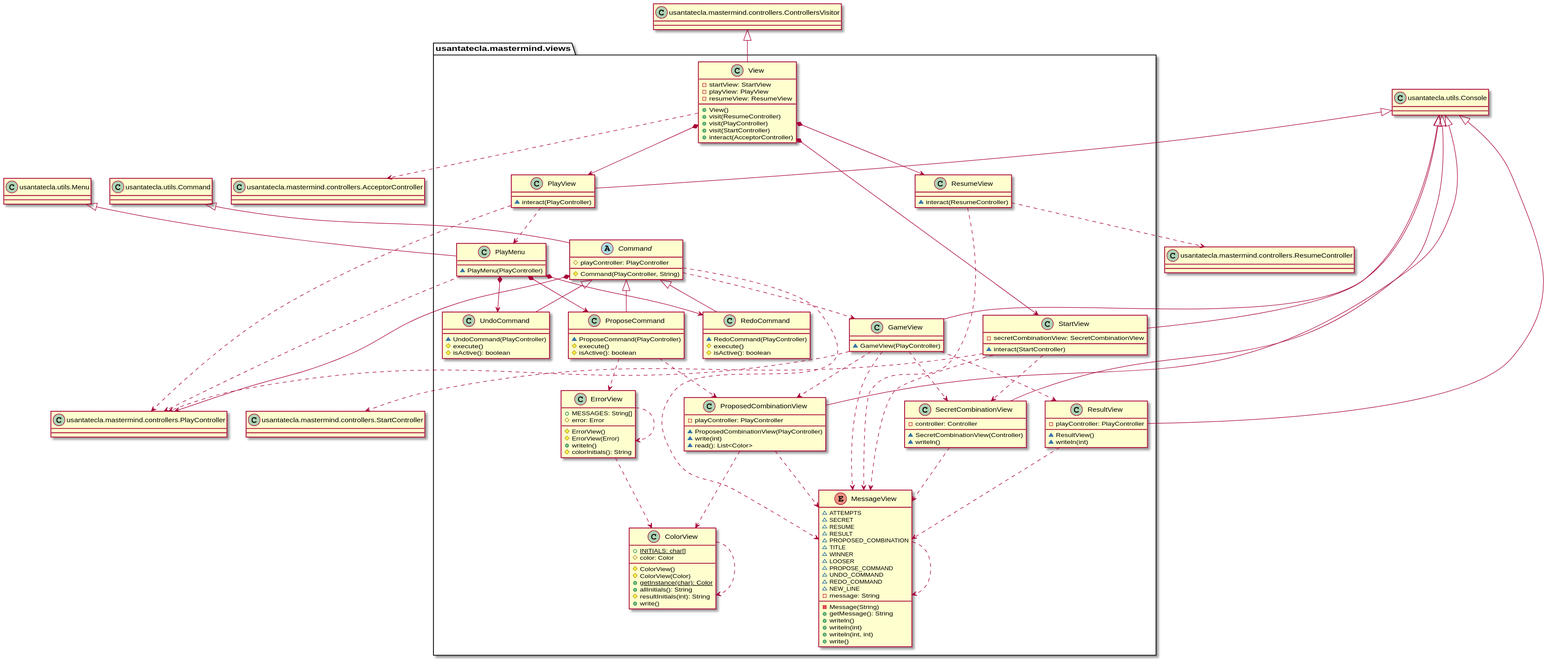
Before: modelViewPresenter/presentationModel/withComposite/docs/diagrams/out/paquetes/usantatecla.mastermind.views.svg, a diagram exported from PlantUML (SantaTecla-mastermind/solution.java.swing.socket.sql).
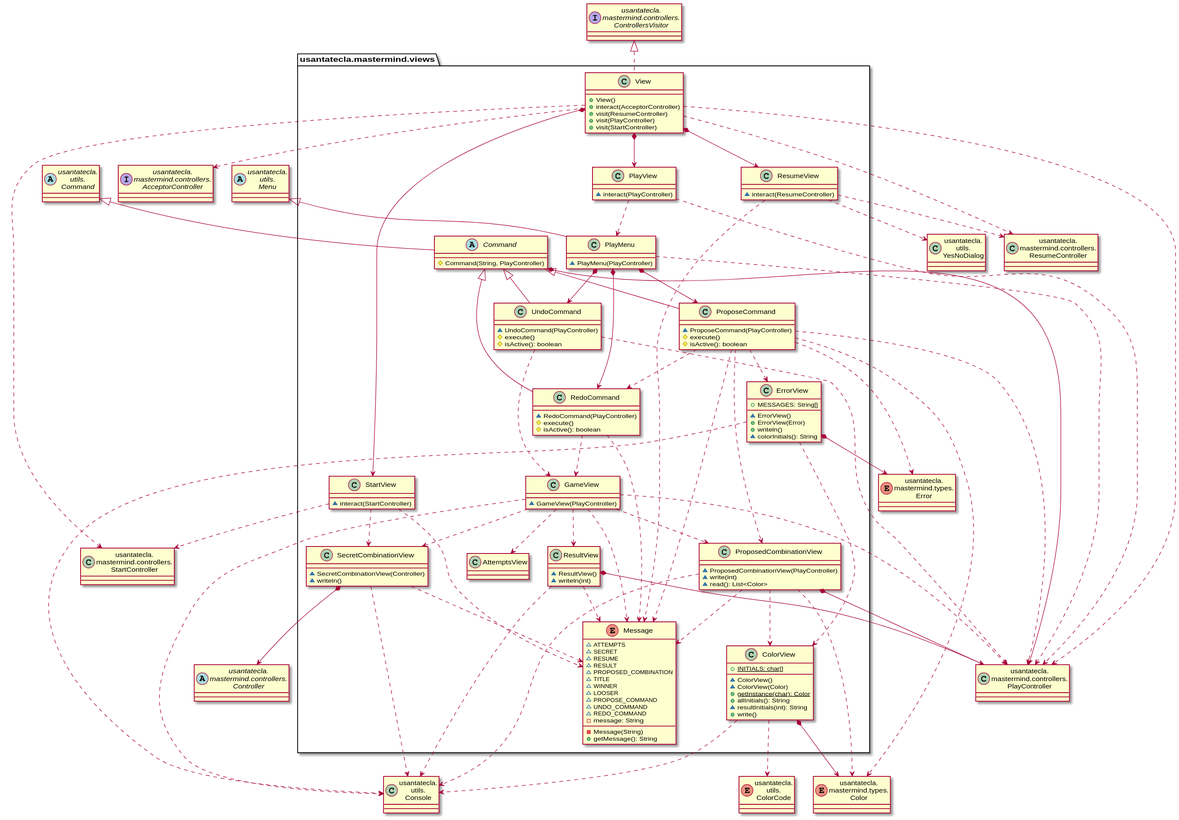
The same file after the commit.

The edit, as a diff of the source:
```diff
@@ -1,195 +1,177 @@
 @startuml
-class PlayController as "usantatecla.mastermind.controllers.PlayController" {
-
-
-}
-class ResumeController as "usantatecla.mastermind.controllers.ResumeController" {
-
-
-}
-class StartController as "usantatecla.mastermind.controllers.StartController" {
-
-
-}
-class ControllersVisitor as "usantatecla.mastermind.controllers.ControllersVisitor" {
-
-
-}
-class AcceptorController as "usantatecla.mastermind.controllers.AcceptorController" {
-
-
-}
-class Console as "usantatecla.utils.Console" {
-
-
-}
-class Command as "usantatecla.utils.Command" {
-
-
-}
-class Menu as "usantatecla.utils.Menu" {
-
-
-}
+abstract class Controller as "usantatecla.\nmastermind.controllers.\nController"
+class PlayController as "usantatecla.\nmastermind.controllers.\nPlayController"
+class ResumeController as "usantatecla.\nmastermind.controllers.\nResumeController"
+class StartController as "usantatecla.\nmastermind.controllers.\nStartController"
+interface ControllersVisitor as "usantatecla.\nmastermind.controllers.\nControllersVisitor"
+interface AcceptorController as "usantatecla.\nmastermind.controllers.\nAcceptorController"
+enum Color as "usantatecla.\nmastermind.types.\nColor"
+enum Error as "usantatecla.\nmastermind.types.\nError"
+class Console as "usantatecla.\nutils.\nConsole"
+class YesNoDialog as "usantatecla.\nutils.\nYesNoDialog"
+abstract class Command as "usantatecla.\nutils.\nCommand"
+abstract class Menu as "usantatecla.\nutils.\nMenu"
+enum ColorCode as "usantatecla.\nutils.\nColorCode"
 
 class  usantatecla.mastermind.views.ColorView{
-+ {static} INITIALS: char[]
-# color: Color
-# ColorView()
-# ColorView(Color)
-+ {static} getInstance(char): Color
-+ allInitials(): String
-# resultInitials(int): String
-+ write()
+    + {static} INITIALS: char[]
+    ~ ColorView()
+    ~ ColorView(Color)
+    + {static} getInstance(char): Color
+    + allInitials(): String
+    ~ resultInitials(int): String
+    + write()
 }
-usantatecla.mastermind.views.ColorView ..> usantatecla.mastermind.views.ColorView
+usantatecla.mastermind.views.ColorView *-down-> Color
+usantatecla.mastermind.views.ColorView .down.> Console
+usantatecla.mastermind.views.ColorView .down.> ColorCode
 
 abstract class  usantatecla.mastermind.views.Command{
-# playController: PlayController
-# Command(PlayController, String)
+    # Command(String, PlayController)
 }
 Command <|-down- usantatecla.mastermind.views.Command
 usantatecla.mastermind.views.Command *-down-> PlayController
-usantatecla.mastermind.views.Command ..> usantatecla.mastermind.views.GameView
-usantatecla.mastermind.views.Command..> usantatecla.mastermind.views.Message
 
 class  usantatecla.mastermind.views.ErrorView{
-+ MESSAGES: String[]
-# error: Error
-# ErrorView()
-# ErrorView(Error)
-+ writeln()
-# colorInitials(): String
+    + MESSAGES: String[]
+    ~ ErrorView()
+    + ErrorView(Error)
+    + writeln()
+    ~ colorInitials(): String
 }
-usantatecla.mastermind.views.ErrorView ..> usantatecla.mastermind.views.ErrorView
-usantatecla.mastermind.views.ErrorView ..>  usantatecla.mastermind.views.ColorView
+usantatecla.mastermind.views.ErrorView *-down-> Error
+usantatecla.mastermind.views.ErrorView .down.>  usantatecla.mastermind.views.ColorView
+usantatecla.mastermind.views.ErrorView .down.> Console
 
 class  usantatecla.mastermind.views.GameView{
-~ GameView(PlayController)
+    ~ GameView(PlayController)
 }
-Console <|-down- usantatecla.mastermind.views.GameView
-usantatecla.mastermind.views.GameView ..> PlayController
-usantatecla.mastermind.views.GameView..> usantatecla.mastermind.views.SecretCombinationView
-usantatecla.mastermind.views.GameView..>  usantatecla.mastermind.views.ProposedCombinationView
-usantatecla.mastermind.views.GameView..>  usantatecla.mastermind.views.ResultView
-usantatecla.mastermind.views.GameView..> usantatecla.mastermind.views.Message
+usantatecla.mastermind.views.GameView .down.> usantatecla.mastermind.views.AttemptsView
+usantatecla.mastermind.views.GameView .down.> usantatecla.mastermind.views.SecretCombinationView
+usantatecla.mastermind.views.GameView .down.> usantatecla.mastermind.views.ProposedCombinationView
+usantatecla.mastermind.views.GameView .down.> usantatecla.mastermind.views.ResultView
+usantatecla.mastermind.views.GameView .down.> usantatecla.mastermind.views.Message
+usantatecla.mastermind.views.GameView .down.> PlayController
+usantatecla.mastermind.views.GameView .down.> Console
 
 enum  usantatecla.mastermind.views.Message{
-~ ATTEMPTS
-~ SECRET
-~ RESUME
-~ RESULT
-~ PROPOSED_COMBINATION
-~ TITLE
-~ WINNER
-~ LOOSER
-~ PROPOSE_COMMAND
-~ UNDO_COMMAND
-~ REDO_COMMAND
-~ NEW_LINE
-- message: String
-- Message(String)
-+ getMessage(): String
-+ writeln()
-+ writeln(int)
-+ writeln(int, int)
-+ write()
+    ~ ATTEMPTS
+    ~ SECRET
+    ~ RESUME
+    ~ RESULT
+    ~ PROPOSED_COMBINATION
+    ~ TITLE
+    ~ WINNER
+    ~ LOOSER
+    ~ PROPOSE_COMMAND
+    ~ UNDO_COMMAND
+    ~ REDO_COMMAND
+    - message: String
+    - Message(String)
+    + getMessage(): String
 }
-usantatecla.mastermind.views.Message ..> usantatecla.mastermind.views.Message
 
 class  usantatecla.mastermind.views.PlayMenu{
-~ PlayMenu(PlayController)
+    ~ PlayMenu(PlayController)
 }
 Menu <|-down- usantatecla.mastermind.views.PlayMenu
-usantatecla.mastermind.views.PlayMenu ..> PlayController
 usantatecla.mastermind.views.PlayMenu *-down-> usantatecla.mastermind.views.ProposeCommand
 usantatecla.mastermind.views.PlayMenu *-down-> usantatecla.mastermind.views.UndoCommand
 usantatecla.mastermind.views.PlayMenu *-down-> usantatecla.mastermind.views.RedoCommand
+usantatecla.mastermind.views.PlayMenu .down.> PlayController
 
 class  usantatecla.mastermind.views.PlayView{
-~ interact(PlayController)
+    ~ interact(PlayController)
 }
-Console <|-down- usantatecla.mastermind.views.PlayView
-usantatecla.mastermind.views.PlayView ..> PlayController
-usantatecla.mastermind.views.PlayView ..> usantatecla.mastermind.views.PlayMenu
+usantatecla.mastermind.views.PlayView .down.> PlayController
+usantatecla.mastermind.views.PlayView .down.> usantatecla.mastermind.views.PlayMenu
 
 class  usantatecla.mastermind.views.ProposeCommand{
-~ ProposeCommand(PlayController)
-# execute()
-# isActive(): boolean
+    ~ ProposeCommand(PlayController)
+    # execute()
+    # isActive(): boolean
 }
 usantatecla.mastermind.views.Command <|-down- usantatecla.mastermind.views.ProposeCommand
-usantatecla.mastermind.views.ProposeCommand ..> usantatecla.mastermind.views.ProposedCombinationView
-usantatecla.mastermind.views.ProposeCommand ..> usantatecla.mastermind.views.ErrorView
+usantatecla.mastermind.views.ProposeCommand .down.> usantatecla.mastermind.views.ProposedCombinationView
+usantatecla.mastermind.views.ProposeCommand .down.> usantatecla.mastermind.views.ErrorView
+usantatecla.mastermind.views.ProposeCommand .down.> usantatecla.mastermind.views.RedoCommand
+usantatecla.mastermind.views.ProposeCommand .down.> usantatecla.mastermind.views.Message
+usantatecla.mastermind.views.ProposeCommand .down.> PlayController
+usantatecla.mastermind.views.ProposeCommand .down.> Color
+usantatecla.mastermind.views.ProposeCommand .down.> Error
 
 class  usantatecla.mastermind.views.ProposedCombinationView{
-- playController: PlayController
-~ ProposedCombinationView(PlayController)
-~ write(int)
-~ read(): List<Color>
+    ~ ProposedCombinationView(PlayController)
+    ~ write(int)
+    ~ read(): List<Color>
 }
-Console <|-down- usantatecla.mastermind.views.ProposedCombinationView
-usantatecla.mastermind.views.ProposedCombinationView..> usantatecla.mastermind.views.Message
- usantatecla.mastermind.views.ProposedCombinationView ..>  usantatecla.mastermind.views.ColorView
+usantatecla.mastermind.views.ProposedCombinationView *-down-> PlayController
+usantatecla.mastermind.views.ProposedCombinationView .down.> usantatecla.mastermind.views.Message
+usantatecla.mastermind.views.ProposedCombinationView .down.> usantatecla.mastermind.views.ColorView
+usantatecla.mastermind.views.ProposedCombinationView .down.> Color
+usantatecla.mastermind.views.ProposedCombinationView .down.> Console
 
 class  usantatecla.mastermind.views.RedoCommand{
-~ RedoCommand(PlayController)
-# execute()
-# isActive(): boolean
+    ~ RedoCommand(PlayController)
+    # execute()
+    # isActive(): boolean
 }
 usantatecla.mastermind.views.Command <|-down- usantatecla.mastermind.views.RedoCommand
+usantatecla.mastermind.views.RedoCommand .down.> usantatecla.mastermind.views.GameView
+usantatecla.mastermind.views.RedoCommand .down.> usantatecla.mastermind.views.Message
 
 class  usantatecla.mastermind.views.ResultView{
-- playController: PlayController
-~ ResultView()
-~ writeln(int)
+    ~ ResultView()
+    ~ writeln(int)
 }
-Console <|-down- usantatecla.mastermind.views.ResultView
-usantatecla.mastermind.views.ResultView..> usantatecla.mastermind.views.Message
+usantatecla.mastermind.views.ResultView *-down-> PlayController
+usantatecla.mastermind.views.ResultView .down.> usantatecla.mastermind.views.Message
+usantatecla.mastermind.views.ResultView .down.> Console
 
 class  usantatecla.mastermind.views.ResumeView{
-~ interact(ResumeController)
+    ~ interact(ResumeController)
 }
-usantatecla.mastermind.views.ResumeView ..> ResumeController
-usantatecla.mastermind.views.ResumeView..> usantatecla.mastermind.views.Message
+usantatecla.mastermind.views.ResumeView .down.> ResumeController
+usantatecla.mastermind.views.ResumeView .down.> usantatecla.mastermind.views.Message
+usantatecla.mastermind.views.ResumeView .down.> YesNoDialog
 
 class  usantatecla.mastermind.views.SecretCombinationView{
-- controller: Controller
-~ SecretCombinationView(Controller)
-~ writeln()
+    ~ SecretCombinationView(Controller)
+    ~ writeln()
 }
-Console <|-down- usantatecla.mastermind.views.SecretCombinationView
-usantatecla.mastermind.views.SecretCombinationView..> usantatecla.mastermind.views.Message
+usantatecla.mastermind.views.SecretCombinationView *-down-> Controller
+usantatecla.mastermind.views.SecretCombinationView .down.> usantatecla.mastermind.views.Message
+usantatecla.mastermind.views.SecretCombinationView .down.> Console
 
 class  usantatecla.mastermind.views.StartView{
-- secretCombinationView: SecretCombinationView
-~ interact(StartController)
+    ~ interact(StartController)
 }
-Console <|-down- usantatecla.mastermind.views.StartView
-usantatecla.mastermind.views.StartView ..> StartController
-usantatecla.mastermind.views.StartView ..> usantatecla.mastermind.views.SecretCombinationView
-usantatecla.mastermind.views.StartView..> usantatecla.mastermind.views.Message
+usantatecla.mastermind.views.StartView .down.> StartController
+usantatecla.mastermind.views.StartView .down.> usantatecla.mastermind.views.SecretCombinationView
+usantatecla.mastermind.views.StartView .down.> usantatecla.mastermind.views.Message
 
 class  usantatecla.mastermind.views.UndoCommand{
-~ UndoCommand(PlayController)
-# execute()
-# isActive(): boolean
+    ~ UndoCommand(PlayController)
+    # execute()
+    # isActive(): boolean
 }
 usantatecla.mastermind.views.Command <|-down- usantatecla.mastermind.views.UndoCommand
+usantatecla.mastermind.views.UndoCommand .down.> usantatecla.mastermind.views.GameView
+usantatecla.mastermind.views.UndoCommand .down.> PlayController
 
 class  usantatecla.mastermind.views.View{
-- startView: StartView
-- playView: PlayView
-- resumeView: ResumeView
-+ View()
-+ visit(ResumeController)
-+ visit(PlayController)
-+ visit(StartController)
-+ interact(AcceptorController)
+    + View()
+    + interact(AcceptorController)
+    + visit(ResumeController)
+    + visit(PlayController)
+    + visit(StartController)
 }
-ControllersVisitor <|-down- usantatecla.mastermind.views.View
+ControllersVisitor <|.down. usantatecla.mastermind.views.View
+usantatecla.mastermind.views.View *-down-> usantatecla.mastermind.views.StartView
 usantatecla.mastermind.views.View *-down-> usantatecla.mastermind.views.PlayView
-usantatecla.mastermind.views.View *-down-> usantatecla.mastermind.views.StartView
 usantatecla.mastermind.views.View *-down-> usantatecla.mastermind.views.ResumeView
-usantatecla.mastermind.views.View ..> AcceptorController
+usantatecla.mastermind.views.View .down.> AcceptorController
+usantatecla.mastermind.views.View .down.> StartController
+usantatecla.mastermind.views.View .down.> PlayController
+usantatecla.mastermind.views.View .down.> ResumeController
 @enduml
```
